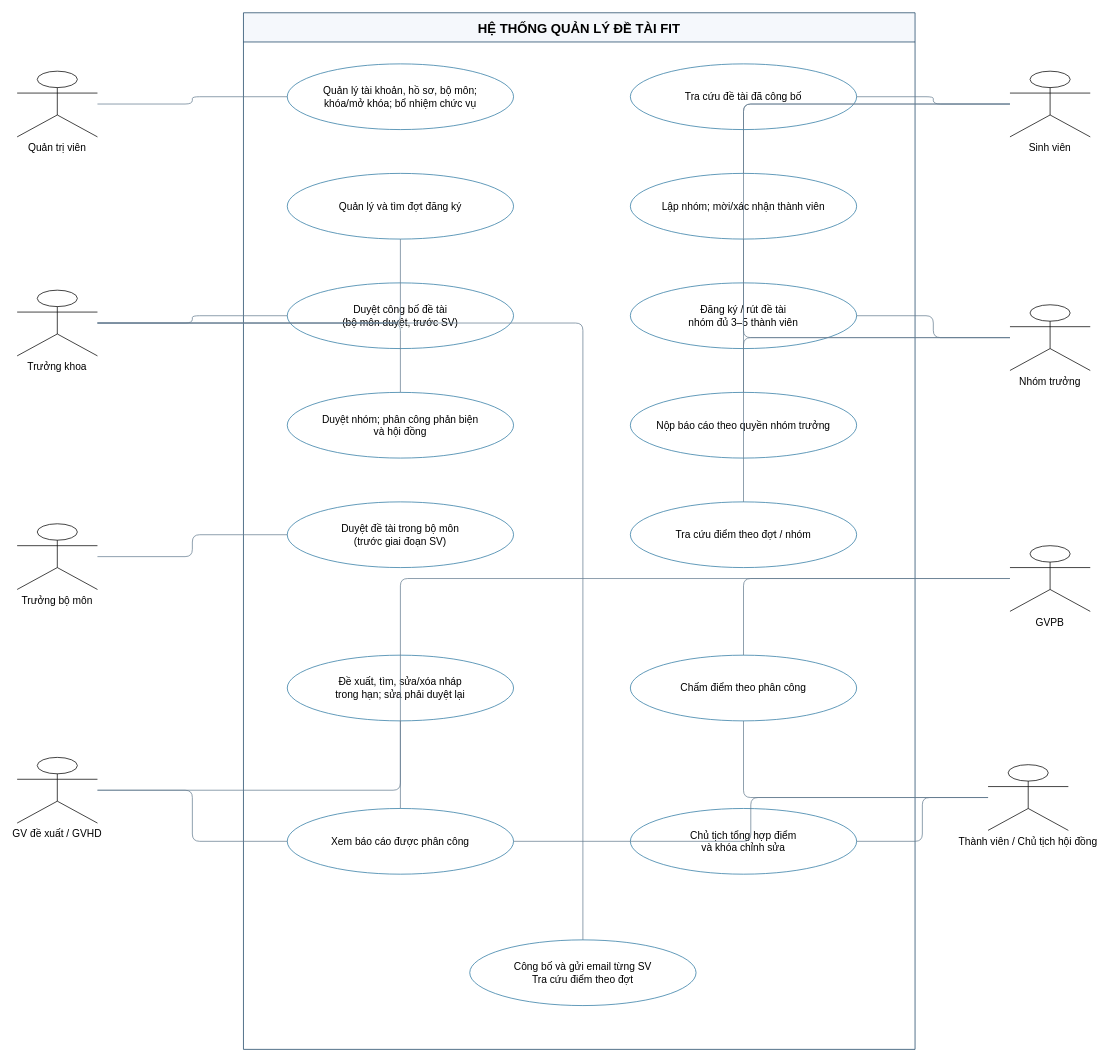
Above: projects/Database/USE_CASE_FIT.drawio in huydc7/fit-project-management (draw.io), before the change. Source tidied: cells renumbered, new cells numbered last; positions are measured from the earlier drawing's top-left corner, leaving out a move shared by most shapes. Both pictures are drawn from the tidied source at 73%, with x=0, y=0 at pixel (17, 12).
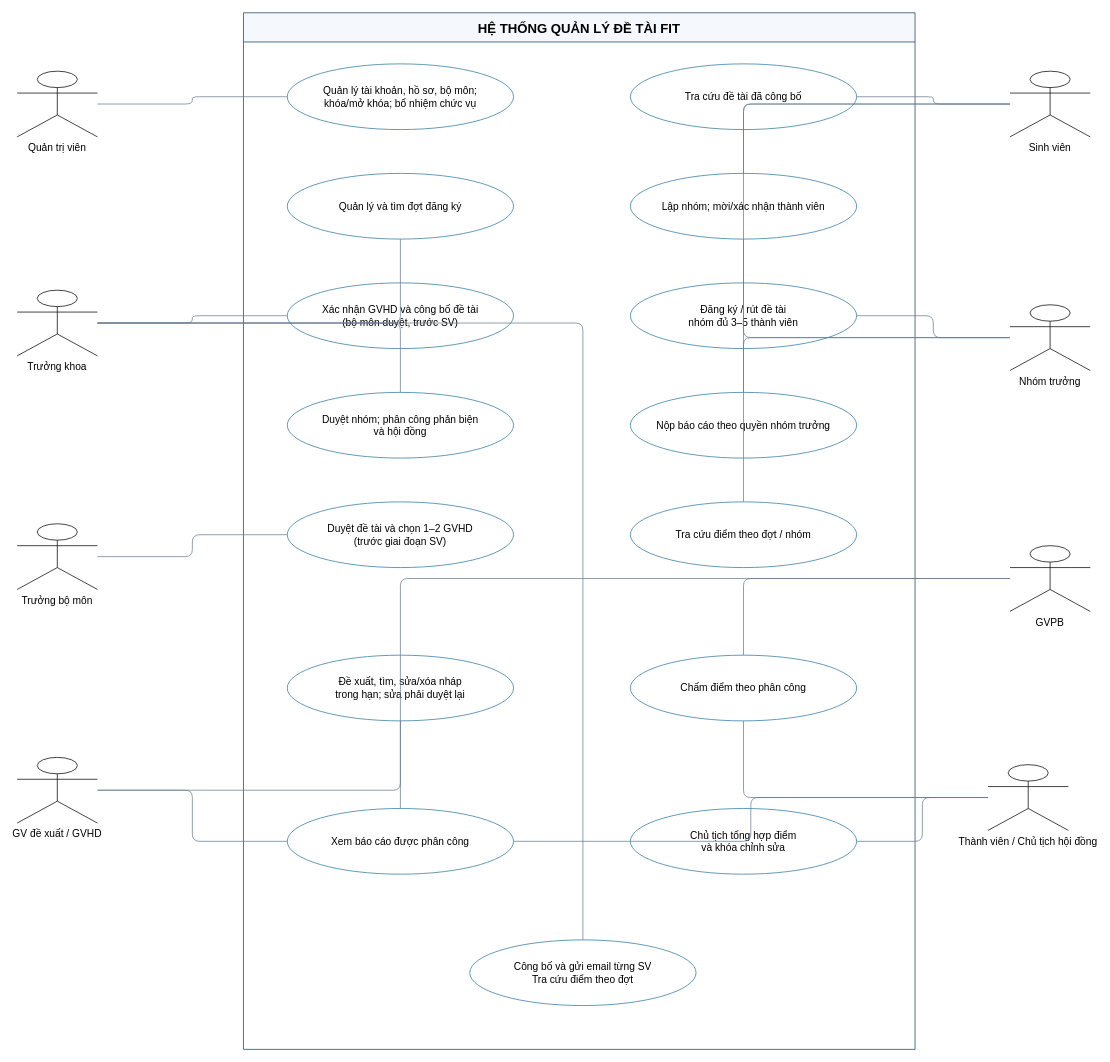
After the change.

Change to the diagram source:
```diff
@@
-    <mxCell id="13" value="Duyệt công bố đề tài&#10;(bộ môn duyệt, trước SV)" style="ellipse;whiteSpace=wrap;html=0;fillColor=#ffffff;strokeColor=#2875a1;fontSize=14;" parent="1" vertex="1">
+    <mxCell id="13" value="Xác nhận GVHD và công bố đề tài&#10;(bộ môn duyệt, trước SV)" style="ellipse;whiteSpace=wrap;html=0;fillColor=#ffffff;strokeColor=#2875a1;fontSize=14;" parent="1" vertex="1">
       <mxGeometry x="370" y="370" width="310" height="90" as="geometry" />
     </mxCell>
@@
-    <mxCell id="15" value="Duyệt đề tài trong bộ môn&#10;(trước giai đoạn SV)" style="ellipse;whiteSpace=wrap;html=0;fillColor=#ffffff;strokeColor=#2875a1;fontSize=14;" parent="1" vertex="1">
+    <mxCell id="15" value="Duyệt đề tài và chọn 1–2 GVHD&#10;(trước giai đoạn SV)" style="ellipse;whiteSpace=wrap;html=0;fillColor=#ffffff;strokeColor=#2875a1;fontSize=14;" parent="1" vertex="1">
       <mxGeometry x="370" y="670" width="310" height="90" as="geometry" />
     </mxCell>
```
